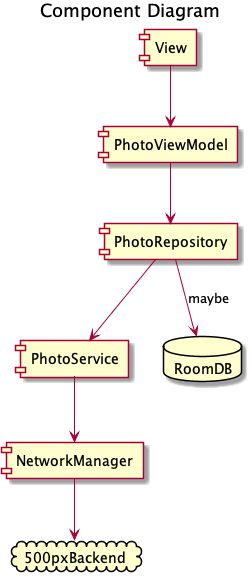
This is out/design/uml/component/Component Diagram.png from oyebc/showcase, a PlantUML export, as it was before one commit.
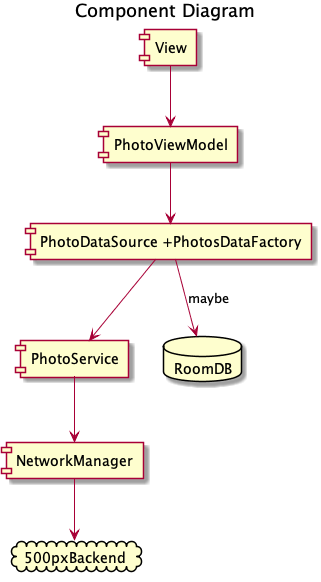
The same file after the commit.

Change to the diagram source:
```diff
@@ -3,18 +3,18 @@
 
 component View
 component PhotoViewModel
-component PhotoRepository
+component "PhotoDataSource +PhotosDataFactory" as repo
 component PhotoService
 component NetworkManager
 cloud 500pxBackend
 database RoomDB
 
  View -down-> PhotoViewModel
- PhotoViewModel -down-> PhotoRepository
- PhotoRepository -down-> PhotoService
+ PhotoViewModel -down-> repo
+ repo -down-> PhotoService
  PhotoService -down-> NetworkManager
  NetworkManager -down-> 500pxBackend
- PhotoRepository -down-> RoomDB: maybe
+ repo -down-> RoomDB: maybe
 
 
 @enduml
```
